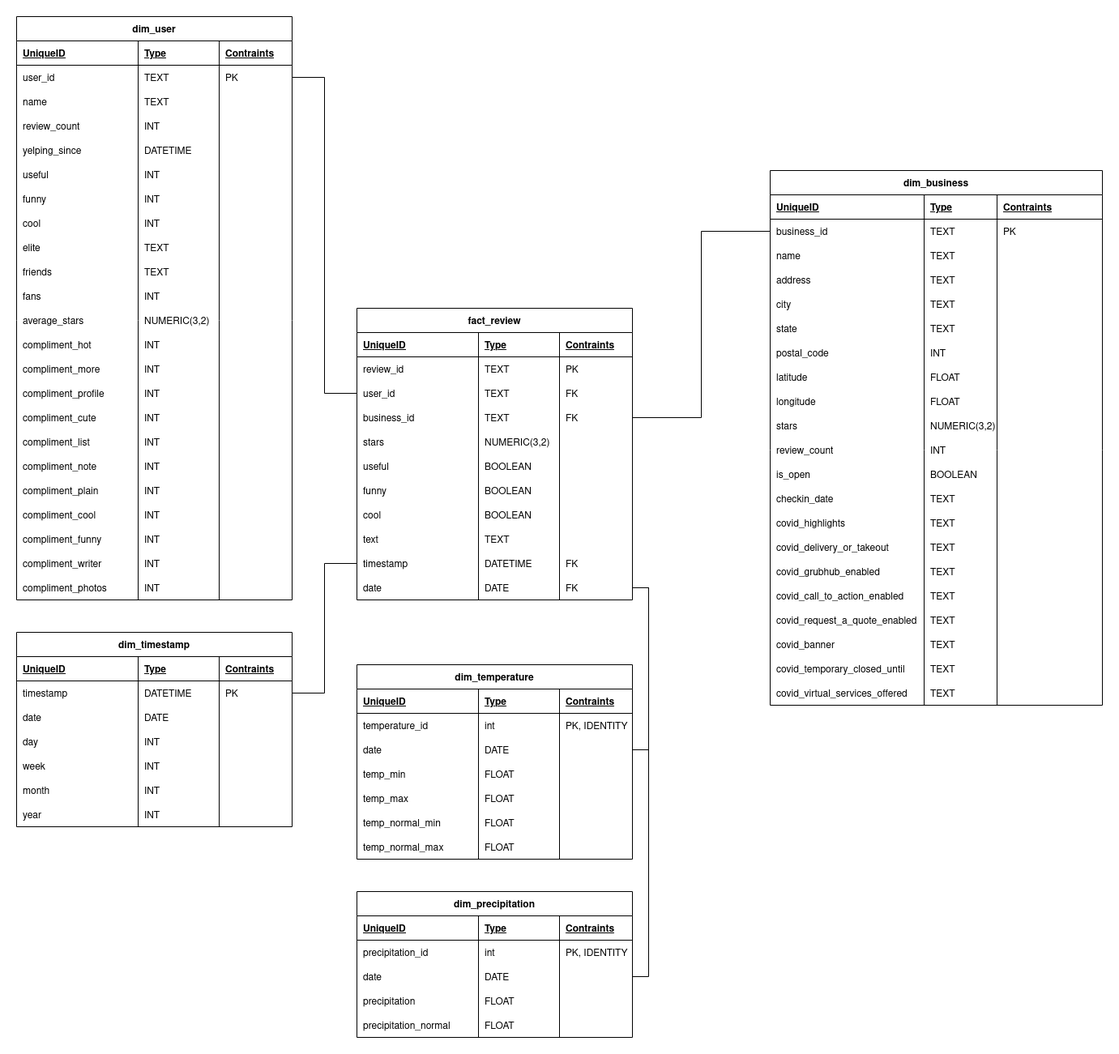
Before: images/DA_M2_DWH_ERD.png, a diagram exported from draw.io (BayTown/UD-DA-How-Weather-affects-Restaurant-Ratings). Source tidied: cells renumbered, new cells last; positions are measured from the earlier drawing's top-left corner, leaving out a move shared by most shapes.
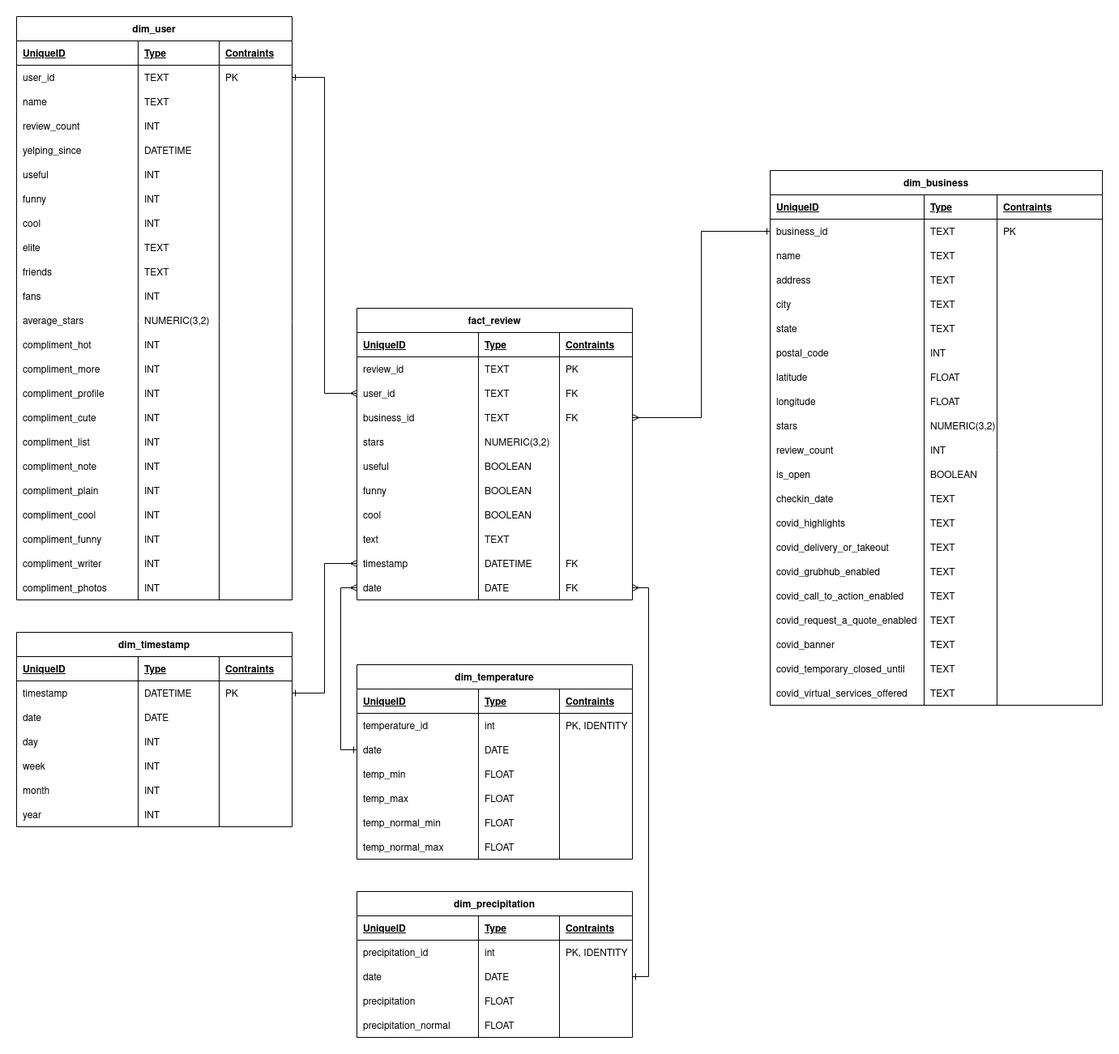
After the commit.

What changed in the source:
```diff
@@ -671,10 +671,10 @@
     <mxCell id="224" style="shape=partialRectangle;fillColor=none;top=0;left=0;bottom=0;right=0;align=left;spacingLeft=6;overflow=hidden;" parent="221" vertex="1">
       <mxGeometry x="250" width="90" height="30" as="geometry" />
     </mxCell>
-    <mxCell id="225" style="edgeStyle=orthogonalEdgeStyle;rounded=0;jettySize=auto;html=1;exitX=1;exitY=0.5;exitDx=0;exitDy=0;entryX=0;entryY=0.5;entryDx=0;entryDy=0;endArrow=none;endFill=0;" parent="1" edge="1" source="137" target="96">
+    <mxCell id="225" style="edgeStyle=orthogonalEdgeStyle;rounded=0;jettySize=auto;html=1;exitX=1;exitY=0.5;exitDx=0;exitDy=0;entryX=0;entryY=0.5;entryDx=0;entryDy=0;endArrow=ERmany;endFill=0;startArrow=ERone;startFill=0;" parent="1" edge="1" source="137" target="96">
       <mxGeometry relative="1" as="geometry" />
     </mxCell>
-    <mxCell id="226" style="edgeStyle=orthogonalEdgeStyle;rounded=0;jettySize=auto;html=1;exitX=1;exitY=0.5;exitDx=0;exitDy=0;entryX=0;entryY=0.5;entryDx=0;entryDy=0;endArrow=none;endFill=0;" parent="1" edge="1" source="100" target="7">
+    <mxCell id="226" style="edgeStyle=orthogonalEdgeStyle;rounded=0;jettySize=auto;html=1;exitX=1;exitY=0.5;exitDx=0;exitDy=0;entryX=0;entryY=0.5;entryDx=0;entryDy=0;endArrow=ERone;endFill=0;startArrow=ERmany;startFill=0;" parent="1" edge="1" source="100" target="7">
       <mxGeometry relative="1" as="geometry" />
     </mxCell>
     <mxCell id="227" value="dim_timestamp" style="shape=table;startSize=30;rowLines=0;fontStyle=1;align=center;" parent="1" vertex="1">
@@ -914,14 +914,14 @@
     <mxCell id="305" style="shape=partialRectangle;fillColor=none;top=0;left=0;bottom=0;right=0;align=left;spacingLeft=6;overflow=hidden;" parent="302" vertex="1">
       <mxGeometry x="250" width="90" height="30" as="geometry" />
     </mxCell>
-    <mxCell id="306" style="edgeStyle=orthogonalEdgeStyle;rounded=0;jettySize=auto;html=1;exitX=0;exitY=0.5;exitDx=0;exitDy=0;entryX=1;entryY=0.5;entryDx=0;entryDy=0;endArrow=none;endFill=0;" parent="1" edge="1" source="124" target="232">
+    <mxCell id="306" style="edgeStyle=orthogonalEdgeStyle;rounded=0;jettySize=auto;html=1;exitX=0;exitY=0.5;exitDx=0;exitDy=0;entryX=1;entryY=0.5;entryDx=0;entryDy=0;endArrow=ERone;endFill=0;startArrow=ERmany;startFill=0;" parent="1" edge="1" source="124" target="232">
       <mxGeometry relative="1" as="geometry" />
     </mxCell>
-    <mxCell id="307" style="edgeStyle=orthogonalEdgeStyle;rounded=0;jettySize=auto;html=1;exitX=1;exitY=0.5;exitDx=0;exitDy=0;entryX=1;entryY=0.5;entryDx=0;entryDy=0;endArrow=none;endFill=0;" parent="1" edge="1" source="128" target="265">
-      <mxGeometry relative="1" as="geometry" />
-    </mxCell>
-    <mxCell id="308" style="edgeStyle=orthogonalEdgeStyle;rounded=0;jettySize=auto;html=1;exitX=1;exitY=0.5;exitDx=0;exitDy=0;entryX=1;entryY=0.5;entryDx=0;entryDy=0;endArrow=none;endFill=0;" parent="1" edge="1" source="128" target="294">
+    <mxCell id="308" style="edgeStyle=orthogonalEdgeStyle;rounded=0;jettySize=auto;html=1;exitX=1;exitY=0.5;exitDx=0;exitDy=0;entryX=1;entryY=0.5;entryDx=0;entryDy=0;endArrow=ERone;endFill=0;startArrow=ERmany;startFill=0;" parent="1" edge="1" source="128" target="294">
       <mxGeometry relative="1" as="geometry" />
     </mxCell>
+    <mxCell id="309" style="edgeStyle=orthogonalEdgeStyle;rounded=0;jettySize=auto;html=1;exitX=0;exitY=0.5;exitDx=0;exitDy=0;entryX=0;entryY=0.5;entryDx=0;entryDy=0;startArrow=ERone;startFill=0;endArrow=ERmany;endFill=0;" parent="1" edge="1" source="265" target="128">
+      <mxGeometry relative="1" as="geometry" />
+    </mxCell>
   </root>
 </mxGraphModel>
```
